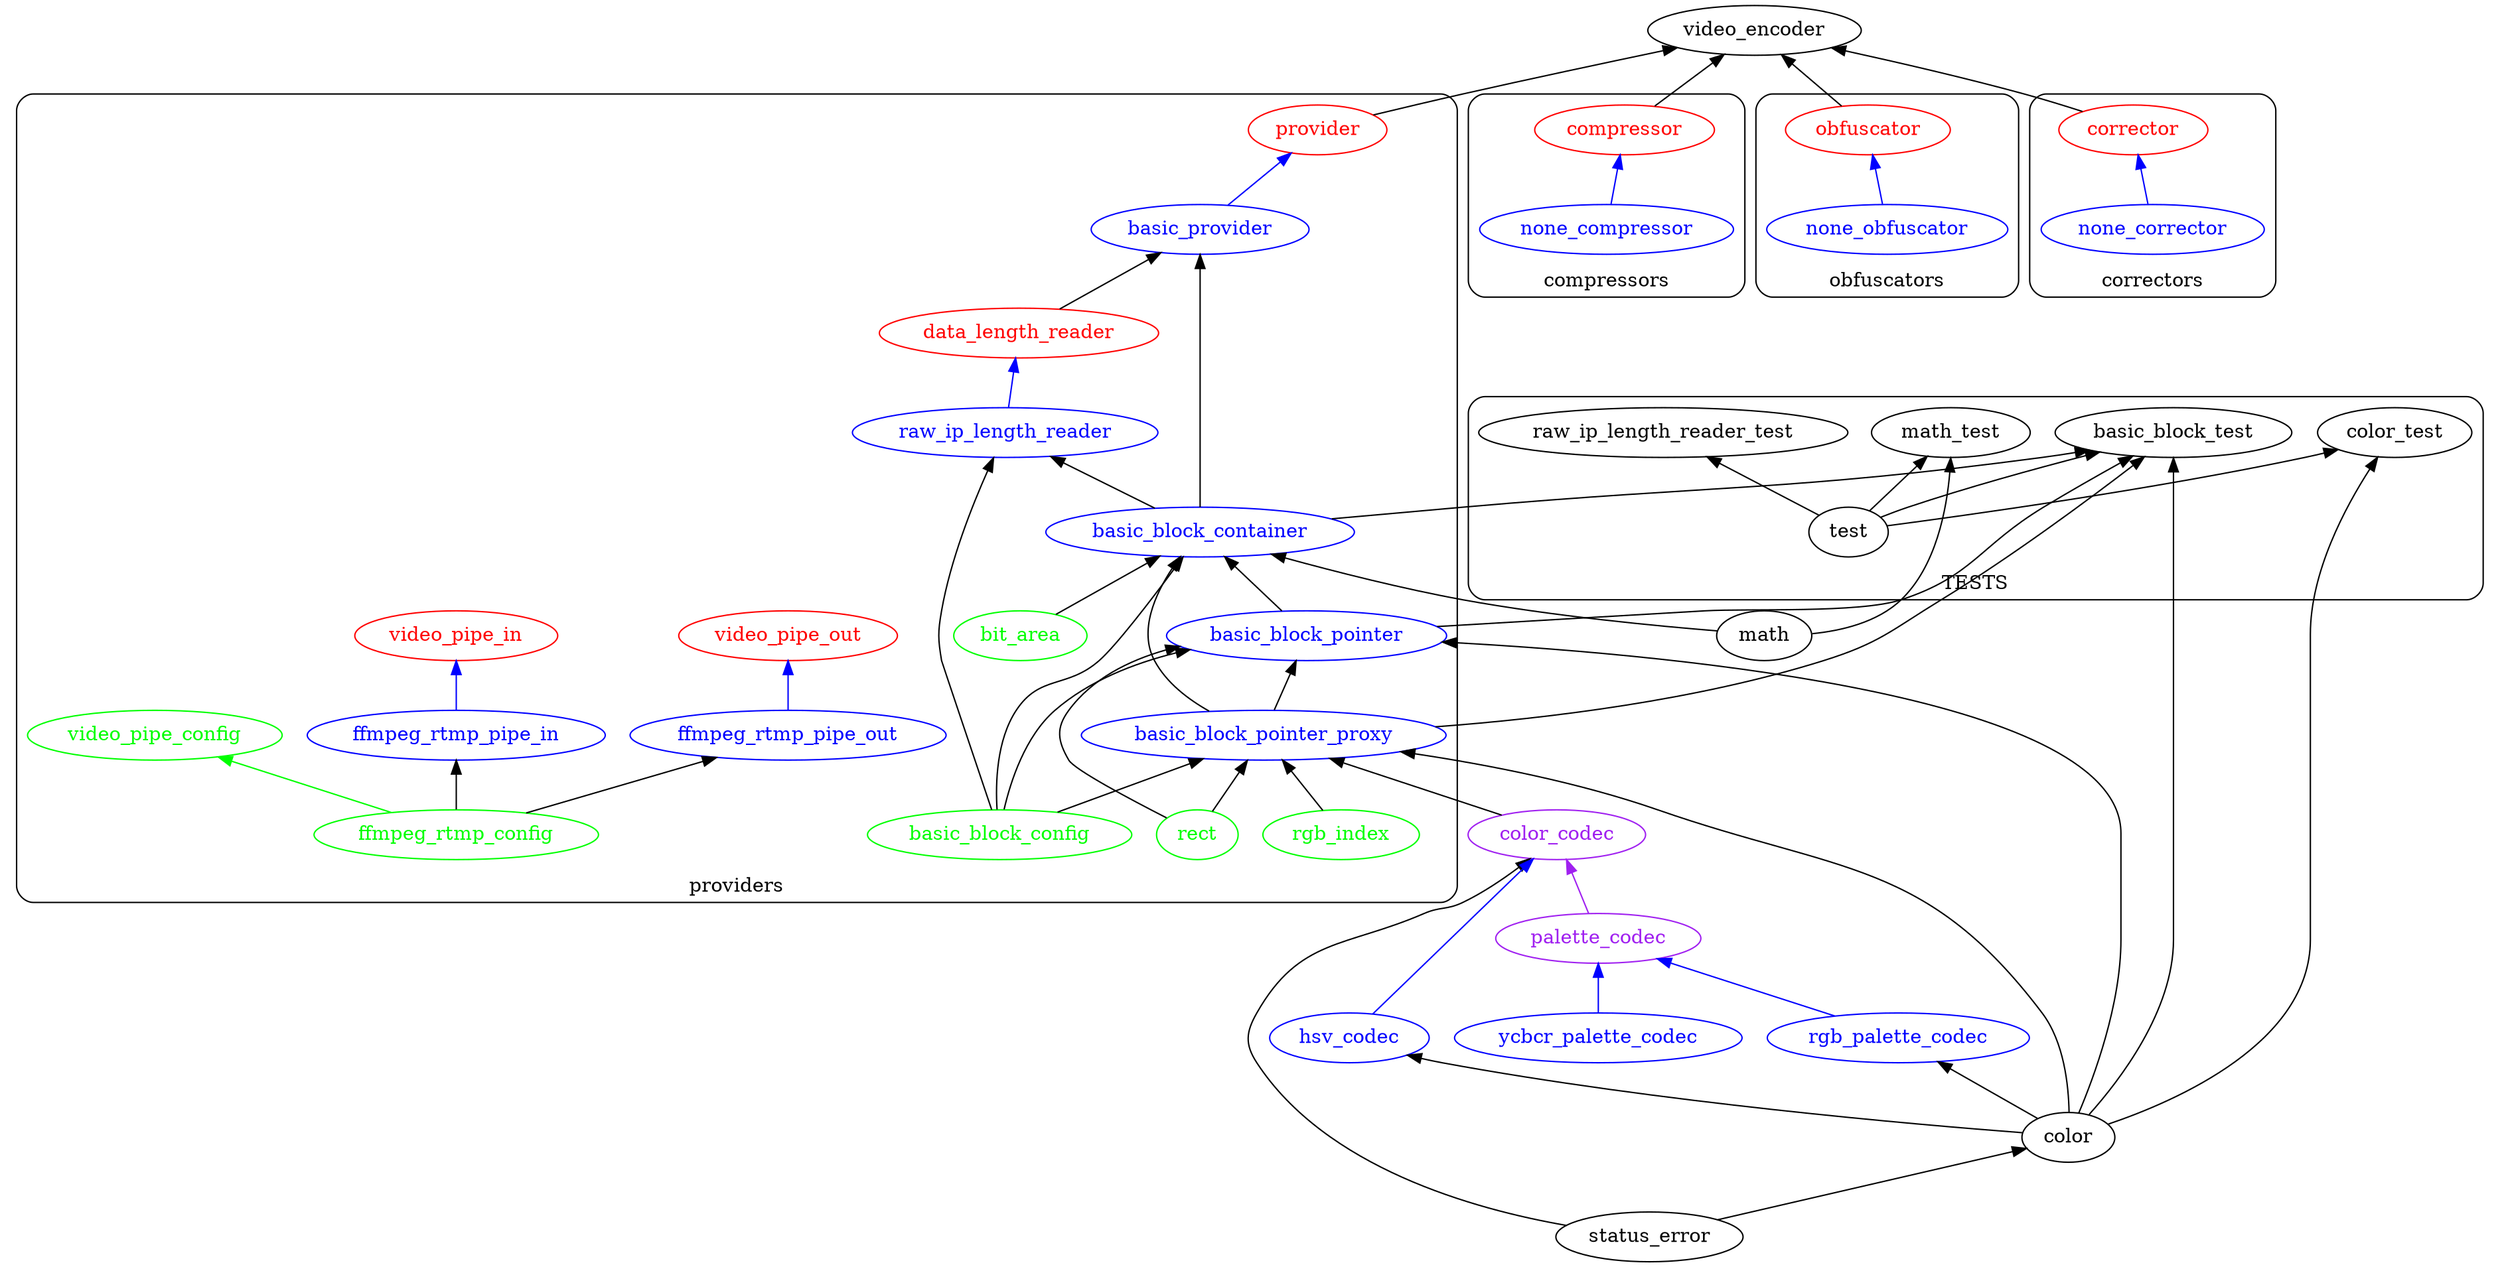
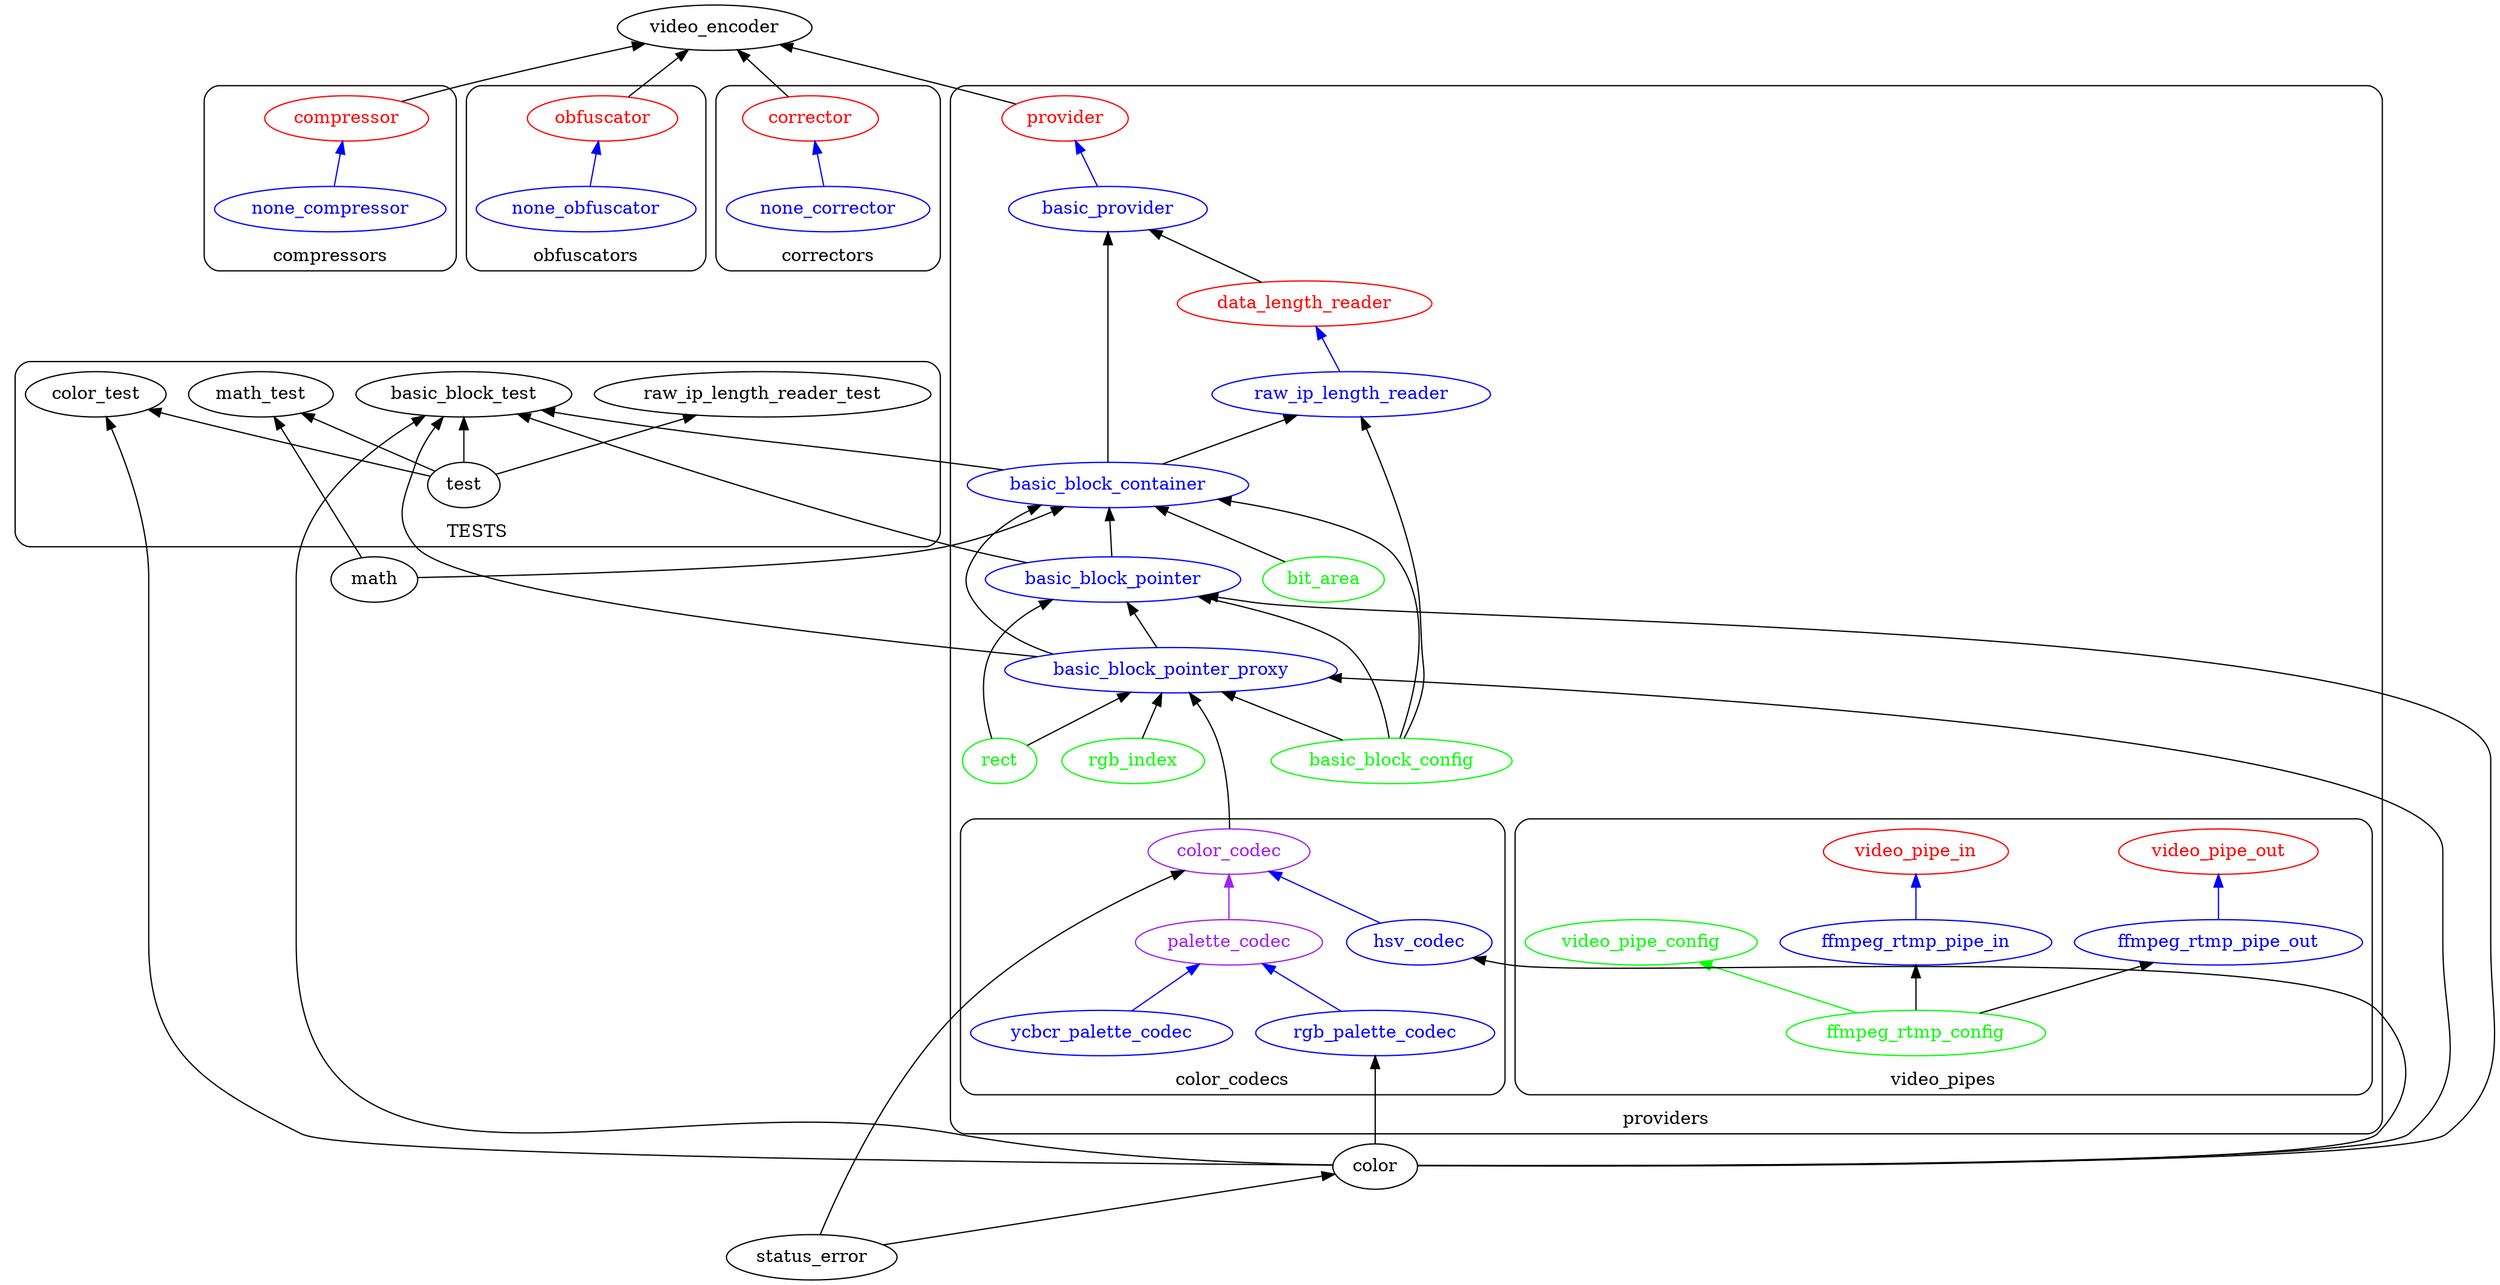
digraph {
    rankdir=BT;

    subgraph src{
        subgraph cluster_providers {
            label="providers";
            style=rounded;
            color=black;

            provider[
                color=red;
                fontcolor=red;
            ];
            basic_provider[
                color=blue;
                fontcolor=blue;
            ];
            subgraph basic_block{
                basic_block_container [color=blue;fontcolor=blue;];
                basic_block_pointer [color=blue;fontcolor=blue;];
                basic_block_pointer_proxy [color=blue;fontcolor=blue;];
                data_length_reader [
                    color=red;
                    fontcolor=red;
                ];
                raw_ip_length_reader[
                    color=blue;
                    fontcolor=blue;
                ];
                bit_area [color=green;fontcolor=green;];

                basic_provider->provider [color=blue;];

                basic_block_container->basic_provider [weight=1000; ];

                basic_block_pointer->basic_block_container;

                basic_block_pointer_proxy->basic_block_pointer;
                basic_block_pointer_proxy->basic_block_container;

                bit_area->basic_block_container;
+ 
+                 basic_block_config [color=green;fontcolor=green;];
+                 rect [color=green;fontcolor=green;];
+                 rgb_index[color=green;fontcolor=green;];
+ 
+                 basic_block_config->basic_block_container;
+                 basic_block_config->basic_block_pointer;
+                 basic_block_config->basic_block_pointer_proxy;
+                 basic_block_config->raw_ip_length_reader;
+ 
+                 rect->basic_block_pointer_proxy;
+                 rect->basic_block_pointer;
+ 
+                 rgb_index->basic_block_pointer_proxy;
            }

            subgraph data_length_reader{
                raw_ip_length_reader->data_length_reader [color = blue;];
                data_length_reader->basic_provider;

                basic_block_container->raw_ip_length_reader [weight=0.1;];
            }

-             subgraph video_pipe {
+             subgraph cluster_video_pipes {
+                 label="video_pipes";
                video_pipe_in [color=red; fontcolor=red;];
                video_pipe_out [color = red; fontcolor=red;];
                ffmpeg_rtmp_pipe_in [color=blue;fontcolor=blue;];
                ffmpeg_rtmp_pipe_out [color=blue;fontcolor=blue;];

                video_pipe_config [color=green; fontcolor=green;];
                ffmpeg_rtmp_config [color=green;fontcolor=green;];

                ffmpeg_rtmp_config->video_pipe_config [color=green;];

                ffmpeg_rtmp_pipe_in->video_pipe_in [color=blue;];
                ffmpeg_rtmp_pipe_out->video_pipe_out [color=blue;];

                ffmpeg_rtmp_config->ffmpeg_rtmp_pipe_in;
                ffmpeg_rtmp_config->ffmpeg_rtmp_pipe_out;
            }
- 
-             basic_block_config [color=green;fontcolor=green;];
-             rect [color=green;fontcolor=green;];
-             rgb_index[color=green;fontcolor=green;];
- 
-             basic_block_config->basic_block_container;
-             basic_block_config->basic_block_pointer;
-             basic_block_config->basic_block_pointer_proxy;
-             basic_block_config->raw_ip_length_reader;
- 
-             rect->basic_block_pointer_proxy;
-             rect->basic_block_pointer;
- 
-             rgb_index->basic_block_pointer_proxy;
+             subgraph cluster_color_codecs{
+                 label="color_codecs";
+                 color_codec [
+                     color=purple;
+                     fontcolor=purple;
+                 ];
+                 hsv_codec [
+                     color=blue;
+                     fontcolor=blue;
+                 ];
+                 palette_codec[
+                     color=purple;
+                     fontcolor=purple;
+                 ];
+                 rgb_palette_codec[
+                     color=blue;
+                     fontcolor=blue;
+                 ];
+                 ycbcr_palette_codec[
+                     color=blue;
+                     fontcolor=blue;
+                 ];
+                 hsv_codec->color_codec [color=blue; ];
+                 palette_codec->color_codec[color=purple;];
+                 rgb_palette_codec->palette_codec [color=blue;];
+                 ycbcr_palette_codec->palette_codec [color=blue];
+             }
+ 
+             color_codec->basic_block_pointer_proxy [minlen=2;];
+ 
        }
        subgraph cluster_compressors {
            label="compressors";
            style=rounded;
            color=black;
            compressor [
                color=red;
                fontcolor=red;
            ];
            none_compressor [
                color=blue;
                fontcolor=blue;
            ];
            none_compressor->compressor [color=blue];
        }

        subgraph cluster_obfuscators
        {
            label="obfuscators";
            style=rounded;
            color=black;

            obfuscator[
                color = red;
                fontcolor=red;
            ];
            none_obfuscator [
                color=blue;
                fontcolor=blue;
            ];

            none_obfuscator->obfuscator [color=blue];
        }

        subgraph cluster_correctors{
            label="correctors";
            style=rounded;
            color=black;

            corrector[
                color = red;
                fontcolor=red;
            ];
            none_corrector [
                color=blue;
                fontcolor=blue;
            ];

            none_corrector->corrector [color=blue];
        }

        video_encoder;
        color;
        status_error;
        math;
-         color_codec [
-             color=purple;
-             fontcolor=purple;
-         ];
-         hsv_codec [
-             color=blue;
-             fontcolor=blue;
-         ];
-         palette_codec[
-             color=purple;
-             fontcolor=purple;
-         ];
-         rgb_palette_codec[
-             color=blue;
-             fontcolor=blue;
-         ];
-         ycbcr_palette_codec[
-             color=blue;
-             fontcolor=blue;
-         ];
+ 

        provider->video_encoder;
        compressor->video_encoder;
        obfuscator->video_encoder;
        corrector->video_encoder;

        color->basic_block_pointer_proxy [minlen=1];
        color->basic_block_pointer [minlen=1];
        color->rgb_palette_codec;
        color->hsv_codec;

        status_error->color;
        status_error->color_codec;

        math->basic_block_container;

-         color_codec->basic_block_pointer_proxy;
-         hsv_codec->color_codec [color=blue; ];
-         palette_codec->color_codec[color=purple;];
-         rgb_palette_codec->palette_codec [color=blue;];
-         ycbcr_palette_codec->palette_codec [color=blue];
+ 
    }

    subgraph cluster_test{
        style=rounded;
        label="TESTS";
        subgraph lib{
            test;
        }

        color_test;
        basic_block_test;
        raw_ip_length_reader_test;
        math_test;

-         test->color_test;
-         test->basic_block_test;
-         test->raw_ip_length_reader_test;
+         test->color_test [weight=5;];
+         test->basic_block_test [weight=2;];
+         test->raw_ip_length_reader_test [weight=0.001;];
        test->math_test;
    }

-     color->basic_block_test [minlen=3];
-     color->color_test [minlen=3];
+     color->basic_block_test;
+     color->color_test;

    math->math_test;

    basic_block_pointer_proxy->basic_block_test;
    basic_block_container->basic_block_test;
    basic_block_pointer->basic_block_test;
}